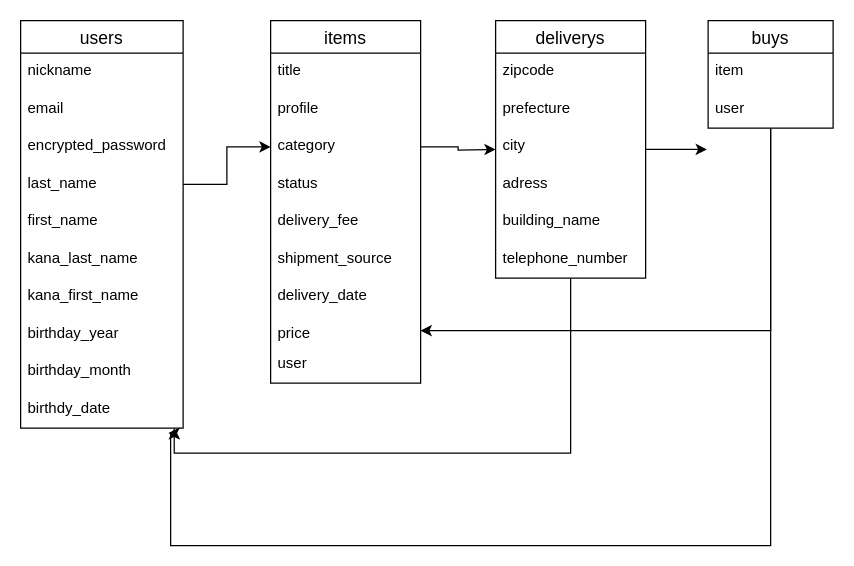
Earlier version of the draw.io diagram test.dio (taiki365/furima-37099). Source tidied: cells renumbered, new cells numbered last; positions are measured from the earlier drawing's top-left corner, leaving out a move shared by most shapes. Both pictures are drawn from the tidied source at 125%, with x=0, y=0 at pixel (20, 20).
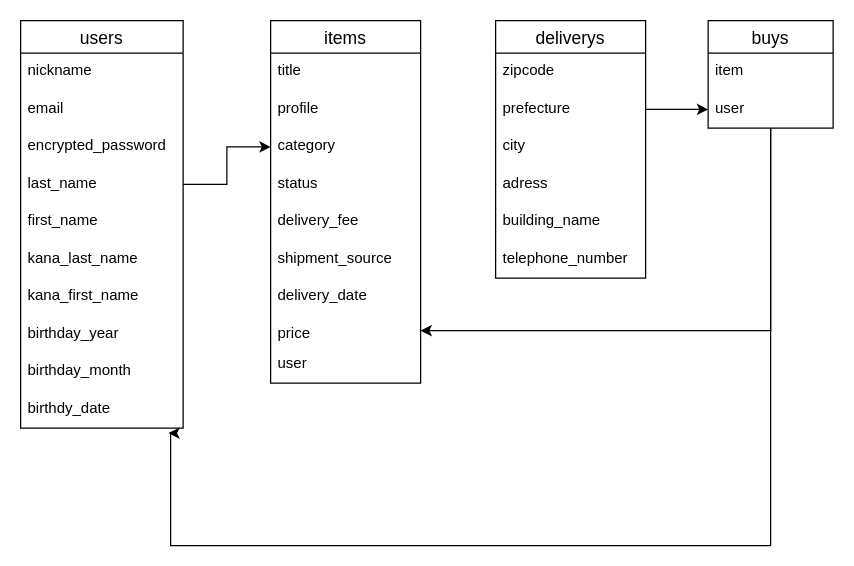
Above is the later version.

Commit message (it also covers changes not shown here):
データベース設計　README修正

The change refers to these unchanged cells:
```xml
<mxCell id="12" value="birthdy_date" style="text;strokeColor=none;fillColor=none;spacingLeft=4;spacingRight=4;overflow=hidden;points=[[0,0.5],[1,0.5]];portConstraint=eastwest;fontSize=12;" parent="2" vertex="1">
  <mxGeometry y="296" width="130" height="30" as="geometry" />
</mxCell>
<mxCell id="17" value="user" style="text;strokeColor=none;fillColor=none;spacingLeft=4;spacingRight=4;overflow=hidden;points=[[0,0.5],[1,0.5]];portConstraint=eastwest;fontSize=12;" parent="15" vertex="1">
  <mxGeometry y="56" width="100" height="30" as="geometry" />
</mxCell>
<mxCell id="21" value="category" style="text;strokeColor=none;fillColor=none;spacingLeft=4;spacingRight=4;overflow=hidden;points=[[0,0.5],[1,0.5]];portConstraint=eastwest;fontSize=12;" parent="18" vertex="1">
  <mxGeometry y="86" width="120" height="30" as="geometry" />
</mxCell>
<mxCell id="29" value="deliverys" style="swimlane;fontStyle=0;horizontal=1;startSize=26;align=center;fontSize=14;" parent="1" vertex="1">
  <mxGeometry x="380" width="120" height="206" as="geometry" />
</mxCell>
<mxCell id="31" value="prefecture" style="text;strokeColor=none;fillColor=none;spacingLeft=4;spacingRight=4;overflow=hidden;points=[[0,0.5],[1,0.5]];portConstraint=eastwest;fontSize=12;" parent="29" vertex="1">
  <mxGeometry y="56" width="120" height="30" as="geometry" />
</mxCell>
```

What changed in the source:
```diff
@@
-    <mxCell id="28" style="edgeStyle=orthogonalEdgeStyle;rounded=0;jettySize=auto;html=1;entryX=0.945;entryY=1;entryDx=0;entryDy=0;entryPerimeter=0;" parent="1" edge="1" source="29" target="12">
-      <mxGeometry relative="1" as="geometry" />
-    </mxCell>
@@
-    <mxCell id="37" style="edgeStyle=orthogonalEdgeStyle;rounded=0;jettySize=auto;html=1;" parent="1" edge="1" source="21">
-      <mxGeometry relative="1" as="geometry">
-        <mxPoint x="380" y="103" as="targetPoint" />
-      </mxGeometry>
-    </mxCell>
-    <mxCell id="38" style="edgeStyle=orthogonalEdgeStyle;rounded=0;orthogonalLoop=1;jettySize=auto;html=1;" parent="1" edge="1">
-      <mxGeometry relative="1" as="geometry">
-        <mxPoint x="500" y="103" as="sourcePoint" />
-        <mxPoint x="549" y="103" as="targetPoint" />
-      </mxGeometry>
-    </mxCell>
+    <mxCell id="39" style="edgeStyle=orthogonalEdgeStyle;rounded=0;jettySize=auto;html=1;" parent="1" edge="1" source="31" target="17">
+      <mxGeometry relative="1" as="geometry" />
+    </mxCell>
```
